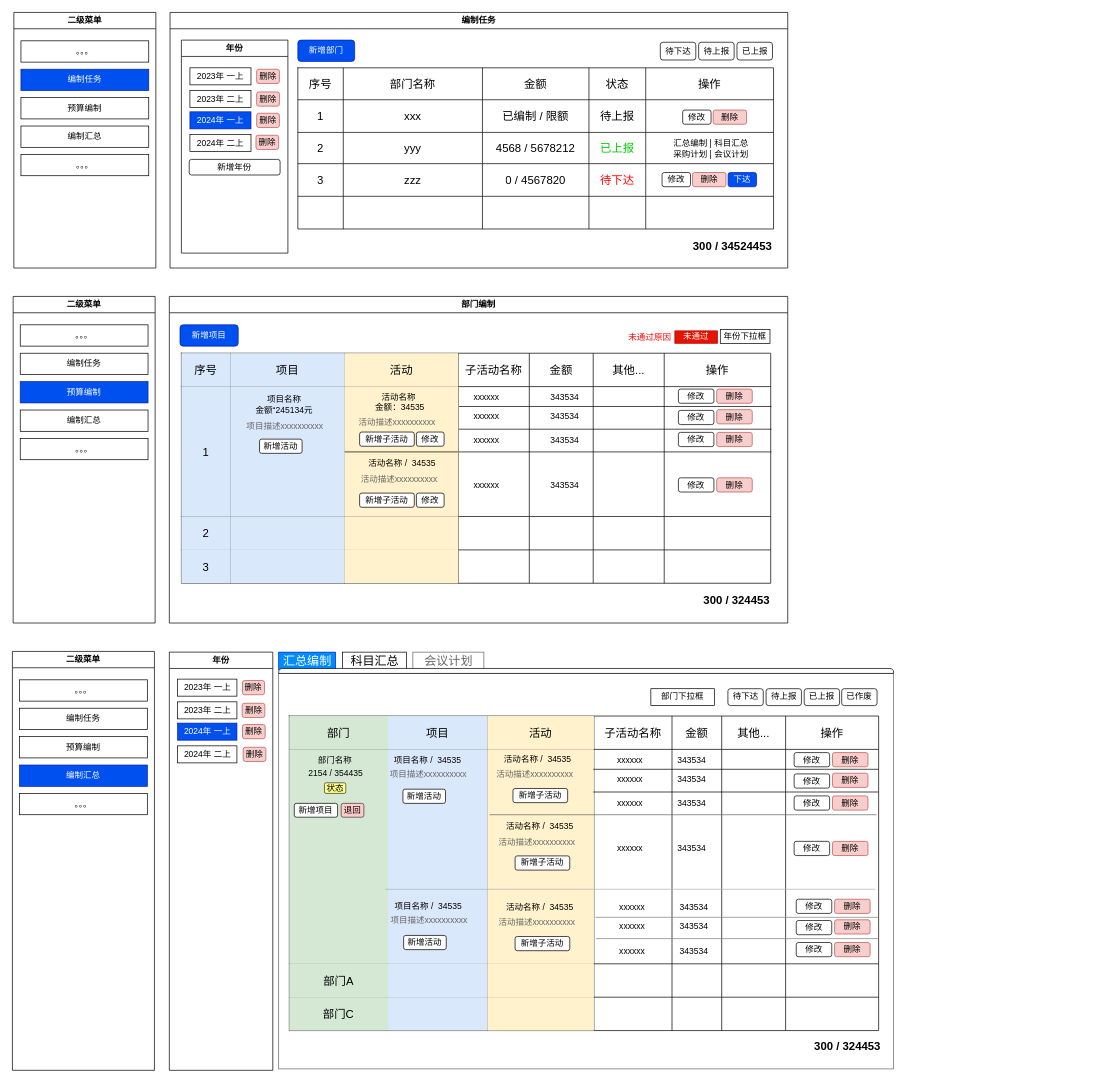
Before: 编制财务.drawio in bxjg1987/abpGeneralModules, a draw.io diagram. Source tidied: cells renumbered, new cells numbered last; positions are measured from the earlier drawing's top-left corner, leaving out a move shared by most shapes. Both pictures are drawn from the tidied source at 71%, with x=0, y=0 at pixel (12, 12).
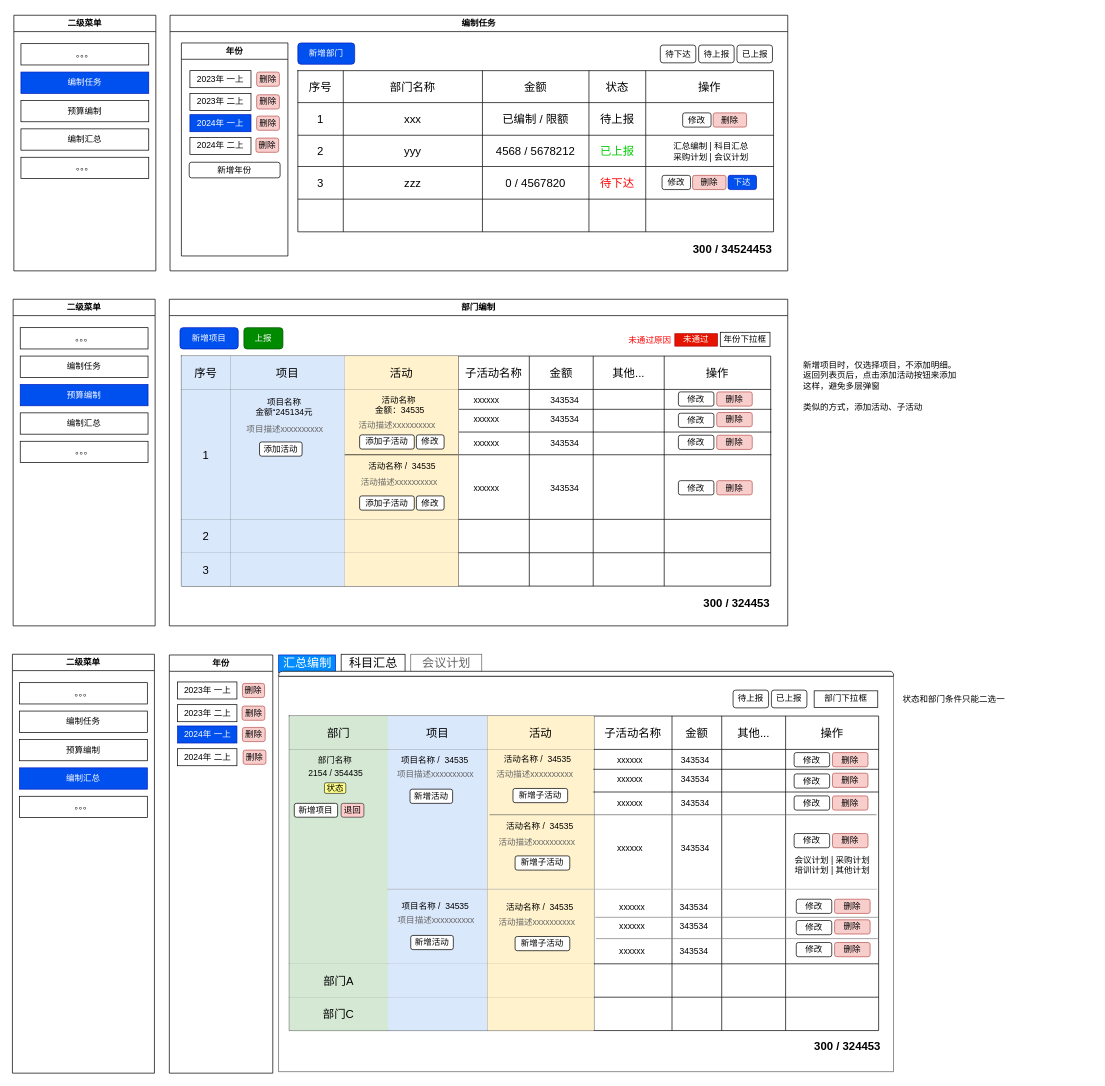
The same page after the edit.

Commit message:
更新编制财务.drawio

Change to the diagram source:
```diff
@@
     <mxCell id="2" value="编制任务" style="swimlane;whiteSpace=wrap;html=1;" parent="1" vertex="1">
-      <mxGeometry x="222" width="870" height="360" as="geometry" />
+      <mxGeometry x="222" y="4" width="870" height="360" as="geometry" />
     </mxCell>
@@
     <mxCell id="54" value="二级菜单" style="swimlane;whiteSpace=wrap;html=1;" parent="1" vertex="1">
-      <mxGeometry x="2" width="200" height="360" as="geometry" />
+      <mxGeometry x="2" y="4" width="200" height="360" as="geometry" />
     </mxCell>
@@
     <mxCell id="60" value="部门编制" style="swimlane;whiteSpace=wrap;html=1;startSize=23;" parent="1" vertex="1">
-      <mxGeometry x="221" y="400" width="871" height="460" as="geometry" />
+      <mxGeometry x="221" y="404" width="871" height="460" as="geometry" />
     </mxCell>
@@
-    <mxCell id="97" value="新增活动" style="rounded=1;whiteSpace=wrap;html=1;" parent="60" vertex="1">
+    <mxCell id="97" value="添加活动" style="rounded=1;whiteSpace=wrap;html=1;" parent="60" vertex="1">
       <mxGeometry x="127" y="201" width="60" height="20" as="geometry" />
     </mxCell>
@@
-    <mxCell id="106" value="新增子活动" style="rounded=1;whiteSpace=wrap;html=1;" parent="60" vertex="1">
+    <mxCell id="106" value="添加子活动" style="rounded=1;whiteSpace=wrap;html=1;" parent="60" vertex="1">
       <mxGeometry x="268" y="191" width="77" height="20" as="geometry" />
     </mxCell>
@@
-    <mxCell id="108" value="新增子活动" style="rounded=1;whiteSpace=wrap;html=1;" parent="60" vertex="1">
+    <mxCell id="108" value="添加子活动" style="rounded=1;whiteSpace=wrap;html=1;" parent="60" vertex="1">
       <mxGeometry x="268" y="277" width="77" height="20" as="geometry" />
     </mxCell>
@@
+    <mxCell id="250" value="上报" style="rounded=1;whiteSpace=wrap;html=1;fillColor=#008a00;strokeColor=#005700;fontColor=#ffffff;" parent="60" vertex="1">
+      <mxGeometry x="105" y="40" width="55" height="30" as="geometry" />
+    </mxCell>
     <mxCell id="110" value="二级菜单" style="swimlane;whiteSpace=wrap;html=1;" parent="1" vertex="1">
-      <mxGeometry x="1" y="400" width="200" height="460" as="geometry" />
+      <mxGeometry x="1" y="404" width="200" height="460" as="geometry" />
     </mxCell>
@@
     <mxCell id="116" value="活动名称&amp;nbsp;&lt;div&gt;金额：34535&lt;/div&gt;" style="text;html=1;align=center;verticalAlign=middle;whiteSpace=wrap;rounded=0;" parent="1" vertex="1">
-      <mxGeometry x="481" y="529" width="130" height="39" as="geometry" />
+      <mxGeometry x="481" y="533" width="130" height="39" as="geometry" />
     </mxCell>
     <mxCell id="117" value="项目描述xxxxxxxxxx" style="text;html=1;align=center;verticalAlign=middle;whiteSpace=wrap;rounded=0;fontColor=#666666;" parent="1" vertex="1">
-      <mxGeometry x="319" y="574" width="130" height="17" as="geometry" />
+      <mxGeometry x="319" y="578" width="130" height="17" as="geometry" />
     </mxCell>
     <mxCell id="118" value="活动描述xxxxxxxxxx" style="text;html=1;align=center;verticalAlign=middle;whiteSpace=wrap;rounded=0;fontColor=#666666;" parent="1" vertex="1">
-      <mxGeometry x="477" y="569" width="130" height="17" as="geometry" />
+      <mxGeometry x="477" y="573" width="130" height="17" as="geometry" />
     </mxCell>
     <mxCell id="119" value="活动名称 /&amp;nbsp; 34535" style="text;html=1;align=center;verticalAlign=middle;whiteSpace=wrap;rounded=0;" parent="1" vertex="1">
-      <mxGeometry x="484" y="626" width="130" height="19" as="geometry" />
+      <mxGeometry x="484" y="630" width="130" height="19" as="geometry" />
     </mxCell>
     <mxCell id="120" value="活动描述xxxxxxxxxx" style="text;html=1;align=center;verticalAlign=middle;whiteSpace=wrap;rounded=0;fontColor=#666666;" parent="1" vertex="1">
-      <mxGeometry x="480" y="649" width="130" height="17" as="geometry" />
+      <mxGeometry x="480" y="653" width="130" height="17" as="geometry" />
     </mxCell>
     <mxCell id="121" style="line;strokeWidth=1;html=1;" parent="1" vertex="1">
-      <mxGeometry x="629" y="582" width="440" height="10" as="geometry" />
+      <mxGeometry x="629" y="586" width="440" height="10" as="geometry" />
     </mxCell>
     <mxCell id="122" style="line;strokeWidth=1;html=1;" parent="1" vertex="1">
-      <mxGeometry x="629" y="614" width="440" height="10" as="geometry" />
+      <mxGeometry x="629" y="618" width="440" height="10" as="geometry" />
     </mxCell>
     <mxCell id="123" value="删除" style="rounded=1;whiteSpace=wrap;html=1;fillColor=#f8cecc;strokeColor=#b85450;" parent="1" vertex="1">
-      <mxGeometry x="992" y="530.5" width="50" height="20" as="geometry" />
+      <mxGeometry x="992" y="534.5" width="50" height="20" as="geometry" />
     </mxCell>
     <mxCell id="124" value="xxxxxx" style="text;html=1;align=center;verticalAlign=middle;whiteSpace=wrap;rounded=0;" parent="1" vertex="1">
-      <mxGeometry x="638" y="553.5" width="60" height="30" as="geometry" />
+      <mxGeometry x="638" y="557.5" width="60" height="30" as="geometry" />
     </mxCell>
     <mxCell id="125" value="343534" style="text;html=1;align=center;verticalAlign=middle;whiteSpace=wrap;rounded=0;" parent="1" vertex="1">
-      <mxGeometry x="748" y="553.5" width="60" height="30" as="geometry" />
+      <mxGeometry x="748" y="557.5" width="60" height="30" as="geometry" />
     </mxCell>
     <mxCell id="126" value="修改" style="rounded=1;whiteSpace=wrap;html=1;" parent="1" vertex="1">
-      <mxGeometry x="938" y="560.5" width="50" height="20" as="geometry" />
+      <mxGeometry x="938" y="564.5" width="50" height="20" as="geometry" />
     </mxCell>
     <mxCell id="127" value="删除" style="rounded=1;whiteSpace=wrap;html=1;fillColor=#f8cecc;strokeColor=#b85450;" parent="1" vertex="1">
-      <mxGeometry x="992" y="559.5" width="50" height="20" as="geometry" />
+      <mxGeometry x="992" y="563.5" width="50" height="20" as="geometry" />
     </mxCell>
     <mxCell id="128" value="xxxxxx" style="text;html=1;align=center;verticalAlign=middle;whiteSpace=wrap;rounded=0;" parent="1" vertex="1">
-      <mxGeometry x="638" y="587.5" width="60" height="30" as="geometry" />
+      <mxGeometry x="638" y="591.5" width="60" height="30" as="geometry" />
     </mxCell>
     <mxCell id="129" value="343534" style="text;html=1;align=center;verticalAlign=middle;whiteSpace=wrap;rounded=0;" parent="1" vertex="1">
-      <mxGeometry x="748" y="587.5" width="60" height="30" as="geometry" />
+      <mxGeometry x="748" y="591.5" width="60" height="30" as="geometry" />
     </mxCell>
     <mxCell id="130" value="修改" style="rounded=1;whiteSpace=wrap;html=1;" parent="1" vertex="1">
-      <mxGeometry x="938" y="591.5" width="50" height="20" as="geometry" />
+      <mxGeometry x="938" y="595.5" width="50" height="20" as="geometry" />
     </mxCell>
     <mxCell id="131" value="删除" style="rounded=1;whiteSpace=wrap;html=1;fillColor=#f8cecc;strokeColor=#b85450;" parent="1" vertex="1">
-      <mxGeometry x="992" y="591.5" width="50" height="20" as="geometry" />
+      <mxGeometry x="992" y="595.5" width="50" height="20" as="geometry" />
     </mxCell>
     <mxCell id="132" value="xxxxxx" style="text;html=1;align=center;verticalAlign=middle;whiteSpace=wrap;rounded=0;" parent="1" vertex="1">
-      <mxGeometry x="638" y="651.5" width="60" height="30" as="geometry" />
+      <mxGeometry x="638" y="655.5" width="60" height="30" as="geometry" />
     </mxCell>
     <mxCell id="133" value="343534" style="text;html=1;align=center;verticalAlign=middle;whiteSpace=wrap;rounded=0;" parent="1" vertex="1">
-      <mxGeometry x="748" y="651.5" width="60" height="30" as="geometry" />
+      <mxGeometry x="748" y="655.5" width="60" height="30" as="geometry" />
     </mxCell>
     <mxCell id="134" value="修改" style="rounded=1;whiteSpace=wrap;html=1;" parent="1" vertex="1">
-      <mxGeometry x="938" y="655.5" width="50" height="20" as="geometry" />
+      <mxGeometry x="938" y="659.5" width="50" height="20" as="geometry" />
     </mxCell>
     <mxCell id="135" value="删除" style="rounded=1;whiteSpace=wrap;html=1;fillColor=#f8cecc;strokeColor=#b85450;" parent="1" vertex="1">
-      <mxGeometry x="992" y="655.5" width="50" height="20" as="geometry" />
+      <mxGeometry x="992" y="659.5" width="50" height="20" as="geometry" />
     </mxCell>
     <mxCell id="136" value="二级菜单" style="swimlane;whiteSpace=wrap;html=1;" parent="1" vertex="1">
-      <mxGeometry y="900" width="200" height="590" as="geometry" />
+      <mxGeometry y="904" width="200" height="590" as="geometry" />
     </mxCell>
@@
     <mxCell id="142" style="strokeWidth=1;shadow=0;dashed=0;align=center;html=1;shape=mxgraph.mockup.containers.marginRect2;rectMarginTop=32;strokeColor=#666666;gradientColor=none;whiteSpace=wrap;" parent="1" vertex="1">
-      <mxGeometry x="375" y="899" width="866" height="589" as="geometry" />
+      <mxGeometry x="375" y="903" width="866" height="589" as="geometry" />
     </mxCell>
@@
     <mxCell id="144" value="科目汇总" style="strokeWidth=1;shadow=0;dashed=0;align=center;html=1;shape=mxgraph.mockup.containers.rrect;rSize=0;fontSize=17;" parent="142" vertex="1">
       <mxGeometry width="90" height="25" relative="1" as="geometry">
-        <mxPoint x="90" y="2" as="offset" />
+        <mxPoint x="88" y="1" as="offset" />
       </mxGeometry>
     </mxCell>
     <mxCell id="145" value="会议计划" style="strokeColor=inherit;fillColor=inherit;gradientColor=inherit;strokeWidth=1;shadow=0;dashed=0;align=center;html=1;shape=mxgraph.mockup.containers.rrect;rSize=0;fontSize=17;fontColor=#666666;gradientColor=none;" parent="142" vertex="1">
       <mxGeometry width="100" height="25" relative="1" as="geometry">
-        <mxPoint x="189" y="2" as="offset" />
+        <mxPoint x="186" y="1" as="offset" />
       </mxGeometry>
     </mxCell>
@@
     <mxCell id="147" value="300 / 324453" style="text;html=1;align=right;verticalAlign=middle;whiteSpace=wrap;rounded=0;fontStyle=1;fontSize=16;" parent="142" vertex="1">
-      <mxGeometry x="739.5" y="542.8" width="109.5" height="28.5" as="geometry" />
+      <mxGeometry x="739.5" y="538.8" width="109.5" height="28.5" as="geometry" />
     </mxCell>
-    <mxCell id="148" value="待下达" style="rounded=1;whiteSpace=wrap;html=1;" parent="142" vertex="1">
-      <mxGeometry x="632.7" y="53.5" width="49.8" height="23.8" as="geometry" />
-    </mxCell>
+    <mxCell id="152" value="部门下拉框" style="rounded=0;whiteSpace=wrap;html=1;" parent="142" vertex="1">
+      <mxGeometry x="754.2" y="52.5" width="89.6" height="23.6" as="geometry" />
+    </mxCell>
     <mxCell id="149" value="已上报" style="rounded=1;whiteSpace=wrap;html=1;" parent="142" vertex="1">
-      <mxGeometry x="740.2" y="53.5" width="49.8" height="23.8" as="geometry" />
+      <mxGeometry x="694" y="51.5" width="50" height="25" as="geometry" />
     </mxCell>
-    <mxCell id="150" value="已作废" style="rounded=1;whiteSpace=wrap;html=1;" parent="142" vertex="1">
-      <mxGeometry x="793" y="53.5" width="49.8" height="23.8" as="geometry" />
-    </mxCell>
     <mxCell id="151" value="待上报" style="rounded=1;whiteSpace=wrap;html=1;" parent="142" vertex="1">
-      <mxGeometry x="686.5" y="53.5" width="49.8" height="23.8" as="geometry" />
+      <mxGeometry x="640" y="51.5" width="50" height="25" as="geometry" />
     </mxCell>
-    <mxCell id="152" value="部门下拉框" style="rounded=0;whiteSpace=wrap;html=1;" parent="142" vertex="1">
-      <mxGeometry x="524.2" y="53.5" width="89.6" height="23.6" as="geometry" />
-    </mxCell>
     <mxCell id="153" value="删除" style="rounded=1;whiteSpace=wrap;html=1;fillColor=#f8cecc;strokeColor=#b85450;" parent="1" vertex="1">
-      <mxGeometry x="343" y="173" width="32" height="20" as="geometry" />
+      <mxGeometry x="343" y="177" width="32" height="20" as="geometry" />
     </mxCell>
@@
     <mxCell id="187" value="项目名称 /&amp;nbsp; 34535" style="text;html=1;align=center;verticalAlign=middle;whiteSpace=wrap;rounded=0;" parent="1" vertex="1">
-      <mxGeometry x="520" y="1044" width="130" height="17" as="geometry" />
+      <mxGeometry x="530" y="1044" width="130" height="17" as="geometry" />
     </mxCell>
     <mxCell id="188" value="新增活动" style="rounded=1;whiteSpace=wrap;html=1;" parent="1" vertex="1">
-      <mxGeometry x="550" y="1094" width="60" height="20" as="geometry" />
+      <mxGeometry x="560" y="1094" width="60" height="20" as="geometry" />
     </mxCell>
@@
     <mxCell id="191" value="343534" style="text;html=1;align=center;verticalAlign=middle;whiteSpace=wrap;rounded=0;" parent="1" vertex="1">
-      <mxGeometry x="927" y="1037.5" width="60" height="30" as="geometry" />
+      <mxGeometry x="932" y="1037.5" width="60" height="30" as="geometry" />
     </mxCell>
@@
     <mxCell id="195" value="项目描述xxxxxxxxxx" style="text;html=1;align=center;verticalAlign=middle;whiteSpace=wrap;rounded=0;fontColor=#666666;" parent="1" vertex="1">
-      <mxGeometry x="521" y="1064" width="130" height="17" as="geometry" />
+      <mxGeometry x="531" y="1064" width="130" height="17" as="geometry" />
     </mxCell>
@@
     <mxCell id="204" value="343534" style="text;html=1;align=center;verticalAlign=middle;whiteSpace=wrap;rounded=0;" parent="1" vertex="1">
-      <mxGeometry x="927" y="1064.5" width="60" height="30" as="geometry" />
+      <mxGeometry x="932" y="1064.5" width="60" height="30" as="geometry" />
     </mxCell>
@@
     <mxCell id="208" value="343534" style="text;html=1;align=center;verticalAlign=middle;whiteSpace=wrap;rounded=0;" parent="1" vertex="1">
-      <mxGeometry x="927" y="1098.5" width="60" height="30" as="geometry" />
+      <mxGeometry x="932" y="1098.5" width="60" height="30" as="geometry" />
     </mxCell>
@@
     <mxCell id="212" value="343534" style="text;html=1;align=center;verticalAlign=middle;whiteSpace=wrap;rounded=0;" parent="1" vertex="1">
-      <mxGeometry x="927" y="1162.5" width="60" height="30" as="geometry" />
+      <mxGeometry x="932" y="1162.5" width="60" height="30" as="geometry" />
     </mxCell>
     <mxCell id="213" value="修改" style="rounded=1;whiteSpace=wrap;html=1;" parent="1" vertex="1">
-      <mxGeometry x="1101" y="1167.5" width="50" height="20" as="geometry" />
+      <mxGeometry x="1101" y="1156.5" width="50" height="20" as="geometry" />
     </mxCell>
     <mxCell id="214" value="删除" style="rounded=1;whiteSpace=wrap;html=1;fillColor=#f8cecc;strokeColor=#b85450;" parent="1" vertex="1">
-      <mxGeometry x="1155" y="1167.5" width="50" height="20" as="geometry" />
+      <mxGeometry x="1155" y="1156.5" width="50" height="20" as="geometry" />
     </mxCell>
     <mxCell id="215" style="line;strokeWidth=1;html=1;perimeter=backbonePerimeter;strokeColor=#B3B3B3;" parent="1" vertex="1">
-      <mxGeometry x="525" y="1230" width="690" height="10" as="geometry" />
+      <mxGeometry x="528" y="1230" width="690" height="10" as="geometry" />
     </mxCell>
     <mxCell id="216" value="项目名称 /&amp;nbsp; 34535" style="text;html=1;align=center;verticalAlign=middle;whiteSpace=wrap;rounded=0;" parent="1" vertex="1">
-      <mxGeometry x="521" y="1250" width="130" height="17" as="geometry" />
+      <mxGeometry x="531" y="1250" width="130" height="17" as="geometry" />
     </mxCell>
     <mxCell id="217" value="新增活动" style="rounded=1;whiteSpace=wrap;html=1;" parent="1" vertex="1">
-      <mxGeometry x="551" y="1300" width="60" height="20" as="geometry" />
+      <mxGeometry x="561" y="1300" width="60" height="20" as="geometry" />
     </mxCell>
     <mxCell id="218" value="项目描述xxxxxxxxxx" style="text;html=1;align=center;verticalAlign=middle;whiteSpace=wrap;rounded=0;fontColor=#666666;" parent="1" vertex="1">
-      <mxGeometry x="522" y="1270" width="130" height="17" as="geometry" />
+      <mxGeometry x="532" y="1270" width="130" height="17" as="geometry" />
     </mxCell>
@@
     <mxCell id="239" value="年份" style="swimlane;whiteSpace=wrap;html=1;" parent="1" vertex="1">
-      <mxGeometry x="221" y="901" width="145.7" height="589" as="geometry" />
+      <mxGeometry x="221" y="905" width="145.7" height="589" as="geometry" />
     </mxCell>
@@
+    <mxCell id="251" value="新增项目时，仅选择项目，不添加明细。&lt;div&gt;返回列表页后，点击添加活动按钮来添加&lt;/div&gt;&lt;div style=&quot;&quot;&gt;这样，避免多层弹窗&lt;/div&gt;&lt;div style=&quot;&quot;&gt;&lt;br&gt;&lt;/div&gt;&lt;div style=&quot;&quot;&gt;类似的方式，添加活动、子活动&lt;/div&gt;" style="text;html=1;align=left;verticalAlign=top;whiteSpace=wrap;rounded=0;" parent="1" vertex="1">
+      <mxGeometry x="1112" y="483.5" width="230" height="90.5" as="geometry" />
+    </mxCell>
+    <mxCell id="252" value="会议计划 | 采购计划 培训计划 | 其他计划" style="text;html=1;align=center;verticalAlign=middle;whiteSpace=wrap;rounded=0;" parent="1" vertex="1">
+      <mxGeometry x="1101" y="1189" width="108" height="24" as="geometry" />
+    </mxCell>
+    <mxCell id="253" value="状态和部门条件只能二选一" style="text;html=1;align=left;verticalAlign=top;whiteSpace=wrap;rounded=0;" parent="1" vertex="1">
+      <mxGeometry x="1252" y="954" width="270" height="70.5" as="geometry" />
+    </mxCell>
```
